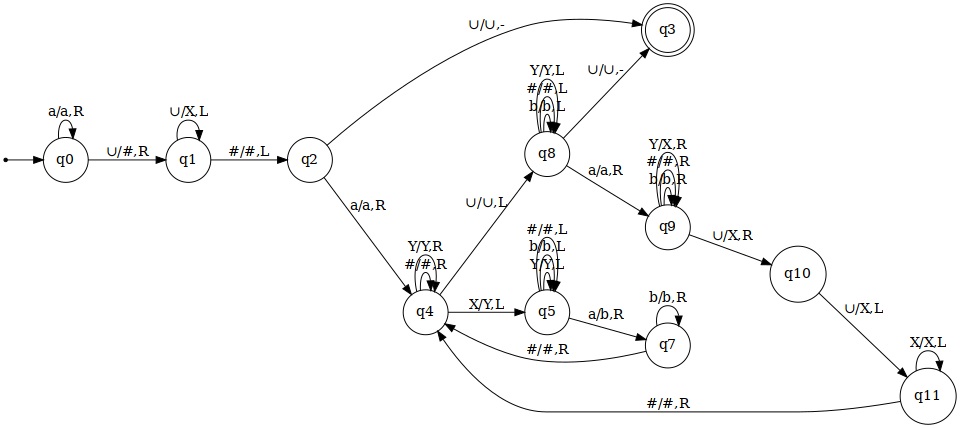
This is trash/quadperfect.png from lucasll37/CTC-34, a Graphviz export, as it was before one commit. Its source is kept beside it as trash/quadperfect.dot. Its diagram source:
```dot
digraph quadperfect {
    rankdir=LR;
    size="10,10";
    node [shape = circle];
    ini [shape=point];
    q3 [shape=doublecircle];

    ini -> q0;

    q0 -> q0 [label="a/a,R"];
    q0 -> q1 [label="∪/#,R"];

    q1 -> q1 [label="∪/X,L"];
    q1 -> q2 [label="#/#,L"];

    q2 -> q3 [label="∪/∪,-"];
    q2 -> q4 [label="a/a,R"];

    q4 -> q4 [label="#/#,R"];
    q4 -> q8 [label="∪/∪,L"];
    q4 -> q4 [label="Y/Y,R"];
    q4 -> q5 [label="X/Y,L"];

    q5 -> q5 [label="Y/Y,L"];
    q5 -> q5 [label="b/b,L"];
    q5 -> q5 [label="#/#,L"];
    q5 -> q7 [label="a/b,R"];

    q7 -> q7 [label="b/b,R"];
    q7 -> q4 [label="#/#,R"];

    q8 -> q3 [label="∪/∪,-"];
    q8 -> q8 [label="b/b,L"];
    q8 -> q8 [label="#/#,L"];
    q8 -> q8 [label="Y/Y,L"];
    q8 -> q9 [label="a/a,R"];

    q9 -> q9 [label="b/b,R"];
    q9 -> q9 [label="#/#,R"];
    q9 -> q9 [label="Y/X,R"];
    q9 -> q10 [label="∪/X,R"];

    q10 -> q11 [label="∪/X,L"];

    q11 -> q11 [label="X/X,L"];
    q11 -> q4 [label="#/#,R"];
}
```
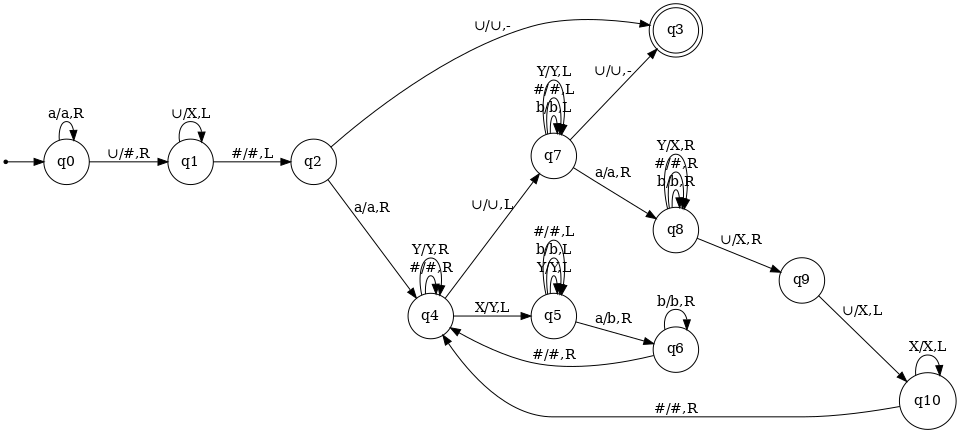
The same file after the commit.

Diff of the diagram source:
```diff
@@ -17,31 +17,31 @@
     q2 -> q4 [label="a/a,R"];
 
     q4 -> q4 [label="#/#,R"];
-    q4 -> q8 [label="∪/∪,L"];
+    q4 -> q7 [label="∪/∪,L"];
     q4 -> q4 [label="Y/Y,R"];
     q4 -> q5 [label="X/Y,L"];
 
     q5 -> q5 [label="Y/Y,L"];
     q5 -> q5 [label="b/b,L"];
     q5 -> q5 [label="#/#,L"];
-    q5 -> q7 [label="a/b,R"];
+    q5 -> q6 [label="a/b,R"];
 
-    q7 -> q7 [label="b/b,R"];
-    q7 -> q4 [label="#/#,R"];
+    q6 -> q6 [label="b/b,R"];
+    q6 -> q4 [label="#/#,R"];
 
-    q8 -> q3 [label="∪/∪,-"];
-    q8 -> q8 [label="b/b,L"];
-    q8 -> q8 [label="#/#,L"];
-    q8 -> q8 [label="Y/Y,L"];
-    q8 -> q9 [label="a/a,R"];
+    q7 -> q3 [label="∪/∪,-"];
+    q7 -> q7 [label="b/b,L"];
+    q7 -> q7 [label="#/#,L"];
+    q7 -> q7 [label="Y/Y,L"];
+    q7 -> q8 [label="a/a,R"];
 
-    q9 -> q9 [label="b/b,R"];
-    q9 -> q9 [label="#/#,R"];
-    q9 -> q9 [label="Y/X,R"];
-    q9 -> q10 [label="∪/X,R"];
+    q8 -> q8 [label="b/b,R"];
+    q8 -> q8 [label="#/#,R"];
+    q8 -> q8 [label="Y/X,R"];
+    q8 -> q9 [label="∪/X,R"];
 
-    q10 -> q11 [label="∪/X,L"];
+    q9 -> q10 [label="∪/X,L"];
 
-    q11 -> q11 [label="X/X,L"];
-    q11 -> q4 [label="#/#,R"];
+    q10 -> q10 [label="X/X,L"];
+    q10 -> q4 [label="#/#,R"];
 }
```
